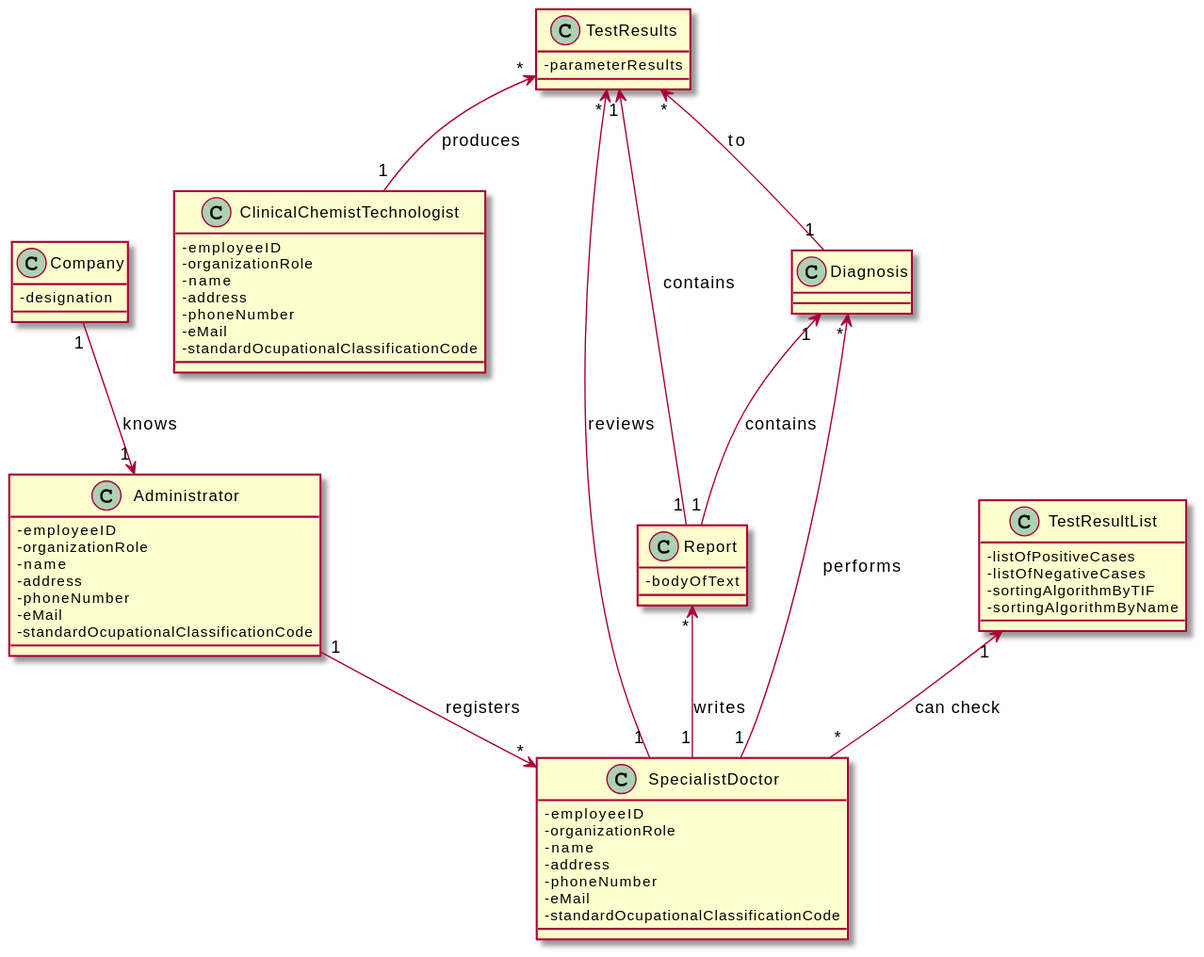
This is docs/SprintC/US_14/ImagesUsed/US14_MD.svg from RuiRioPina/LAPR2-20-21, a PlantUML export, as it was before one commit. Its diagram source:
```plantuml
@startuml
class Company
skinparam classAttributeIconSize 0
Company : -designation

Class Administrator{
-employeeID
-organizationRole
-name
-address
-phoneNumber
-eMail
-standardOcupationalClassificationCode
}

Class ClinicalChemistTechnologist{
-employeeID
-organizationRole
-name
-address
-phoneNumber
-eMail
-standardOcupationalClassificationCode
}
Class SpecialistDoctor{
-employeeID
-organizationRole
-name
-address
-phoneNumber
-eMail
-standardOcupationalClassificationCode
}

Class Report{
-bodyOfText
}
Class TestResultList{
-listOfPositiveCases
-listOfNegativeCases
-sortingAlgorithmByTIF
-sortingAlgorithmByName
}


Class TestResults{
-parameterResults
}
Diagnosis "1" <-- "1" Report: contains
Administrator "1" --> "*" SpecialistDoctor: registers
TestResults "*" <-- "1" ClinicalChemistTechnologist: produces
TestResults "*" <-- "1" SpecialistDoctor: reviews
Report "*" <-- "1" SpecialistDoctor: writes
Diagnosis "*" <-- "1" SpecialistDoctor: performs
TestResults "1" <-- "1" Report: contains
TestResultList "1" <-- "*" SpecialistDoctor : can check
TestResults "*" <-- "1" Diagnosis: to
Company "1" --> "1" Administrator : knows
@enduml
```
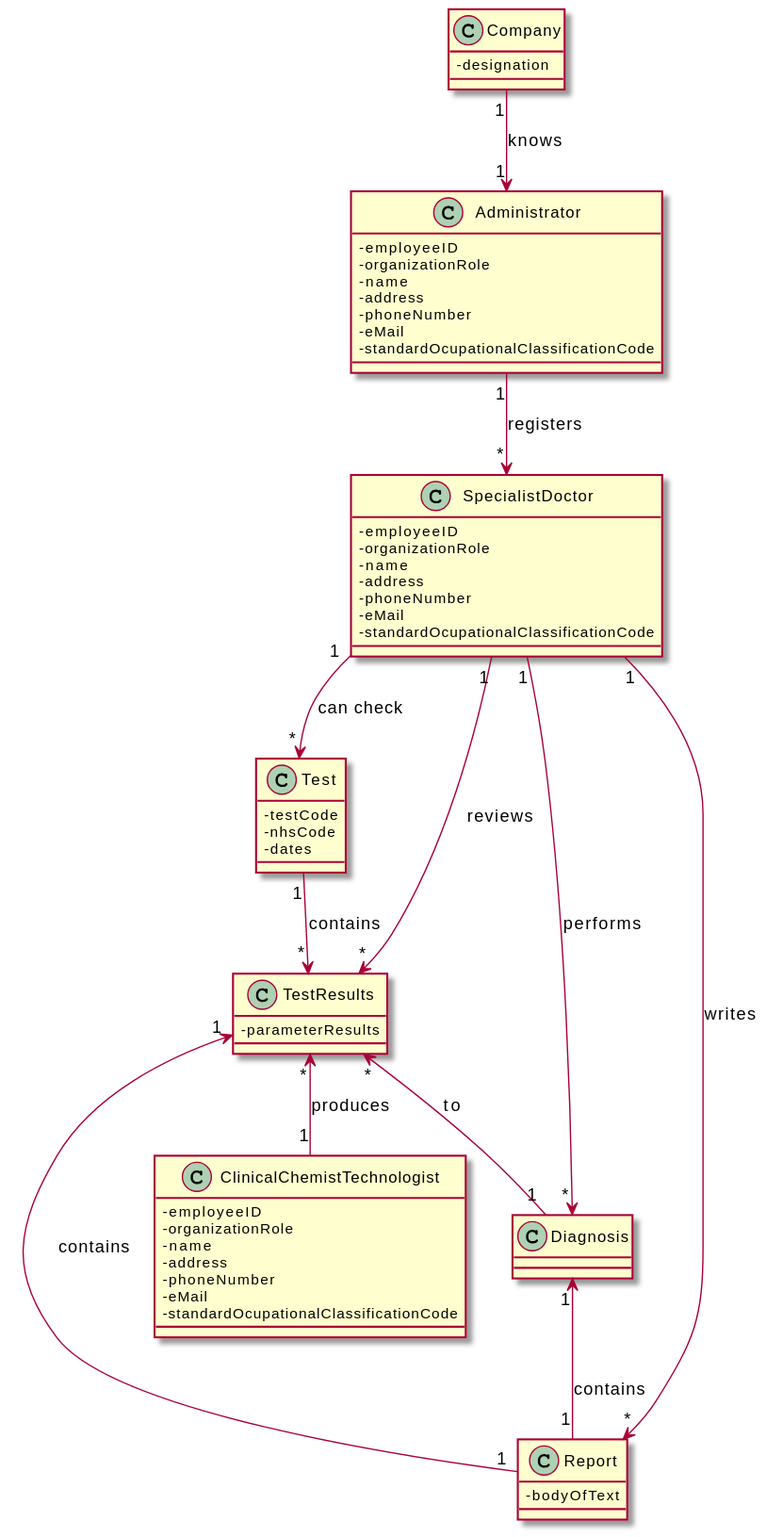
After the change.

The edit, as a diff of the source:
```diff
@@ -35,17 +35,19 @@
 Class Report{
 -bodyOfText
 }
-Class TestResultList{
--listOfPositiveCases
--listOfNegativeCases
--sortingAlgorithmByTIF
--sortingAlgorithmByName
+
+Class Test{
+-testCode
+-nhsCode
+-dates
 }
-
 
 Class TestResults{
 -parameterResults
 }
+
+Test "1" --> "*" TestResults : contains
+SpecialistDoctor "1" --> "*" Test : can check
 Diagnosis "1" <-- "1" Report: contains
 Administrator "1" --> "*" SpecialistDoctor: registers
 TestResults "*" <-- "1" ClinicalChemistTechnologist: produces
@@ -53,7 +55,6 @@
 Report "*" <-- "1" SpecialistDoctor: writes
 Diagnosis "*" <-- "1" SpecialistDoctor: performs
 TestResults "1" <-- "1" Report: contains
-TestResultList "1" <-- "*" SpecialistDoctor : can check
 TestResults "*" <-- "1" Diagnosis: to
 Company "1" --> "1" Administrator : knows
 @enduml
```
